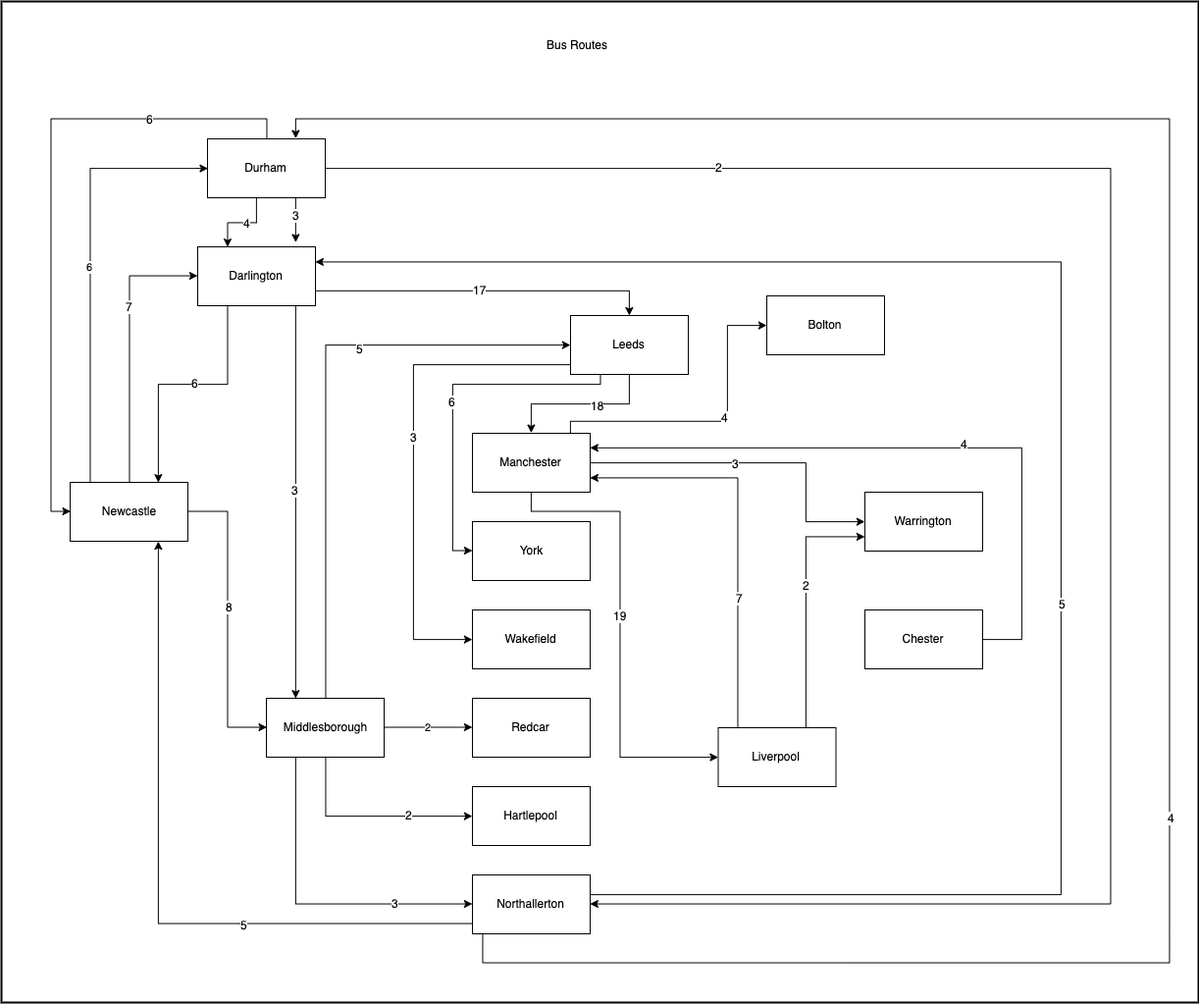
The draw.io diagram images/busRoutes.png in unitier3/busRoutes, before a commit. Source tidied: cells renumbered, new cells last; positions are measured from the earlier drawing's top-left corner, leaving out a move shared by most shapes.
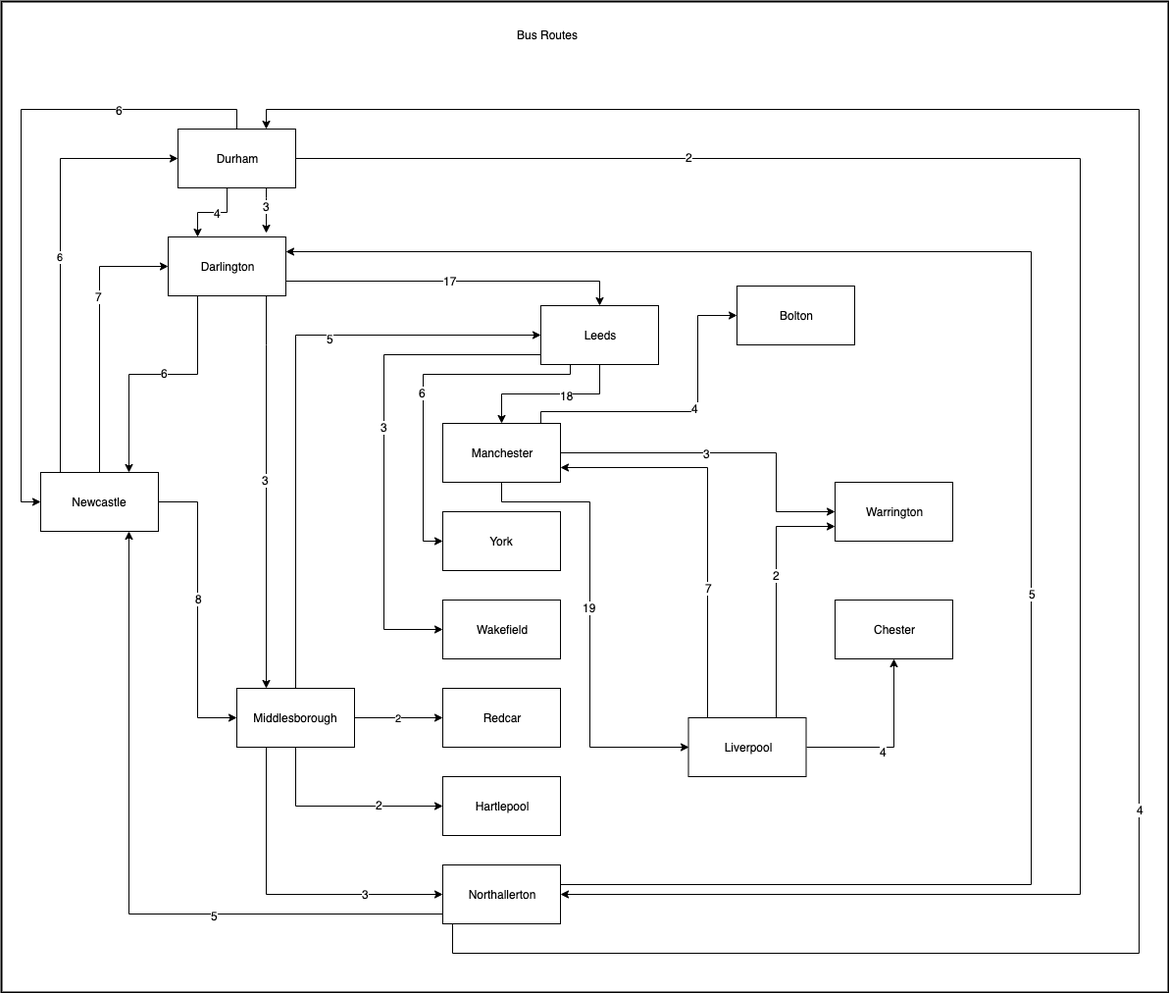
Later version of the same file.

What changed in the source:
```diff
@@ -2,6 +2,9 @@
   <root>
     <mxCell id="0" />
     <mxCell id="1" parent="0" />
+    <mxCell id="69" style="rounded=0;whiteSpace=wrap;html=1;strokeWidth=2;fillColor=none;" parent="1" vertex="1">
+      <mxGeometry x="30" y="10" width="1190" height="1010" as="geometry" />
+    </mxCell>
     <mxCell id="2" style="edgeStyle=orthogonalEdgeStyle;rounded=0;jettySize=auto;html=1;entryX=0;entryY=0.5;entryDx=0;entryDy=0;" parent="1" edge="1" source="7" target="15">
       <mxGeometry relative="1" as="geometry" />
     </mxCell>
@@ -15,9 +18,9 @@
         </Array>
       </mxGeometry>
     </mxCell>
-    <mxCell id="5" value="7" style="text;html=1;align=center;verticalAlign=middle;labelBackgroundColor=#ffffff;" parent="4" vertex="1">
-      <mxGeometry x="0.28" y="1" relative="1" as="geometry" />
-    </mxCell>
+    <mxCell id="70" value="7" style="text;html=1;align=center;verticalAlign=middle;labelBackgroundColor=#ffffff;" parent="4" vertex="1">
+      <mxGeometry x="0.28" y="1" relative="1" as="geometry" />
+    </mxCell>
     <mxCell id="6" value="6" style="edgeStyle=orthogonalEdgeStyle;rounded=0;jettySize=auto;html=1;entryX=0;entryY=0.5;entryDx=0;entryDy=0;" parent="1" edge="1" source="7" target="31">
       <mxGeometry relative="1" as="geometry">
         <Array as="points">
@@ -38,15 +41,15 @@
         </Array>
       </mxGeometry>
     </mxCell>
-    <mxCell id="10" value="2" style="text;html=1;align=center;verticalAlign=middle;labelBackgroundColor=#ffffff;" parent="9" vertex="1">
-      <mxGeometry x="0.38" y="2" relative="1" as="geometry" />
-    </mxCell>
+    <mxCell id="71" value="2" style="text;html=1;align=center;verticalAlign=middle;labelBackgroundColor=#ffffff;" parent="9" vertex="1">
+      <mxGeometry x="0.38" y="2" relative="1" as="geometry" />
+    </mxCell>
     <mxCell id="11" style="edgeStyle=orthogonalEdgeStyle;rounded=0;jettySize=auto;html=1;exitX=0.25;exitY=1;exitDx=0;exitDy=0;entryX=0;entryY=0.5;entryDx=0;entryDy=0;" parent="1" edge="1" source="15" target="40">
       <mxGeometry relative="1" as="geometry" />
     </mxCell>
-    <mxCell id="12" value="3" style="text;html=1;align=center;verticalAlign=middle;labelBackgroundColor=#ffffff;" parent="11" vertex="1">
-      <mxGeometry x="0.52" y="1" relative="1" as="geometry" />
-    </mxCell>
+    <mxCell id="72" value="3" style="text;html=1;align=center;verticalAlign=middle;labelBackgroundColor=#ffffff;" parent="11" vertex="1">
+      <mxGeometry x="0.52" y="1" relative="1" as="geometry" />
+    </mxCell>
     <mxCell id="13" style="edgeStyle=orthogonalEdgeStyle;rounded=0;jettySize=auto;html=1;entryX=0;entryY=0.5;entryDx=0;entryDy=0;" parent="1" edge="1" source="15" target="47">
       <mxGeometry relative="1" as="geometry">
         <Array as="points">
@@ -54,9 +57,9 @@
         </Array>
       </mxGeometry>
     </mxCell>
-    <mxCell id="14" value="5" style="text;html=1;align=center;verticalAlign=middle;labelBackgroundColor=#ffffff;" parent="13" vertex="1">
-      <mxGeometry x="0.3" y="-3" relative="1" as="geometry" />
-    </mxCell>
+    <mxCell id="73" value="5" style="text;html=1;align=center;verticalAlign=middle;labelBackgroundColor=#ffffff;" parent="13" vertex="1">
+      <mxGeometry x="0.3" y="-3" relative="1" as="geometry" />
+    </mxCell>
     <mxCell id="15" value="Middlesborough" style="rounded=0;whiteSpace=wrap;html=1;" parent="1" vertex="1">
       <mxGeometry x="270" y="710" width="120" height="60" as="geometry" />
     </mxCell>
@@ -68,9 +71,9 @@
         </Array>
       </mxGeometry>
     </mxCell>
-    <mxCell id="17" value="6" style="text;html=1;align=center;verticalAlign=middle;labelBackgroundColor=#ffffff;" parent="16" vertex="1">
-      <mxGeometry x="-0.09" y="-2" relative="1" as="geometry" />
-    </mxCell>
+    <mxCell id="74" value="6" style="text;html=1;align=center;verticalAlign=middle;labelBackgroundColor=#ffffff;" parent="16" vertex="1">
+      <mxGeometry x="-0.09" y="-2" relative="1" as="geometry" />
+    </mxCell>
     <mxCell id="18" style="edgeStyle=orthogonalEdgeStyle;rounded=0;jettySize=auto;html=1;entryX=0.25;entryY=0;entryDx=0;entryDy=0;" parent="1" edge="1" source="20" target="15">
       <mxGeometry relative="1" as="geometry">
         <Array as="points">
@@ -79,23 +82,23 @@
         </Array>
       </mxGeometry>
     </mxCell>
-    <mxCell id="19" value="3" style="text;html=1;align=center;verticalAlign=middle;labelBackgroundColor=#ffffff;" parent="18" vertex="1">
-      <mxGeometry x="-0.07" y="-1" relative="1" as="geometry" />
-    </mxCell>
+    <mxCell id="75" value="3" style="text;html=1;align=center;verticalAlign=middle;labelBackgroundColor=#ffffff;" parent="18" vertex="1">
+      <mxGeometry x="-0.07" y="-1" relative="1" as="geometry" />
+    </mxCell>
     <mxCell id="20" value="Darlington" style="rounded=0;whiteSpace=wrap;html=1;" parent="1" vertex="1">
       <mxGeometry x="200" y="250" width="120" height="60" as="geometry" />
     </mxCell>
-    <mxCell id="21" style="edgeStyle=orthogonalEdgeStyle;rounded=0;jettySize=auto;html=1;entryX=0.25;entryY=0;entryDx=0;entryDy=0;" parent="1" edge="1" source="31" target="20">
-      <mxGeometry relative="1" as="geometry">
-        <Array as="points">
-          <mxPoint x="260" y="225" />
-          <mxPoint x="230" y="225" />
-        </Array>
-      </mxGeometry>
-    </mxCell>
-    <mxCell id="22" value="4" style="text;html=1;align=center;verticalAlign=middle;labelBackgroundColor=#ffffff;" parent="21" vertex="1">
-      <mxGeometry x="-0.12" relative="1" as="geometry" />
-    </mxCell>
+    <mxCell id="76" style="edgeStyle=orthogonalEdgeStyle;rounded=0;jettySize=auto;html=1;entryX=0.25;entryY=0;entryDx=0;entryDy=0;" parent="1" edge="1" source="31" target="20">
+      <mxGeometry relative="1" as="geometry">
+        <Array as="points">
+          <mxPoint x="260" y="225" />
+          <mxPoint x="230" y="225" />
+        </Array>
+      </mxGeometry>
+    </mxCell>
+    <mxCell id="77" value="4" style="text;html=1;align=center;verticalAlign=middle;labelBackgroundColor=#ffffff;" parent="76" vertex="1">
+      <mxGeometry x="-0.12" relative="1" as="geometry" />
+    </mxCell>
     <mxCell id="23" style="edgeStyle=orthogonalEdgeStyle;rounded=0;jettySize=auto;html=1;entryX=1;entryY=0.5;entryDx=0;entryDy=0;" parent="1" edge="1" source="31" target="40">
       <mxGeometry relative="1" as="geometry">
         <Array as="points">
@@ -104,9 +107,9 @@
         </Array>
       </mxGeometry>
     </mxCell>
-    <mxCell id="24" value="2" style="text;html=1;align=center;verticalAlign=middle;labelBackgroundColor=#ffffff;" parent="23" vertex="1">
-      <mxGeometry x="-0.61" y="2" relative="1" as="geometry" />
-    </mxCell>
+    <mxCell id="78" value="2" style="text;html=1;align=center;verticalAlign=middle;labelBackgroundColor=#ffffff;" parent="23" vertex="1">
+      <mxGeometry x="-0.61" y="2" relative="1" as="geometry" />
+    </mxCell>
     <mxCell id="25" style="edgeStyle=orthogonalEdgeStyle;rounded=0;jettySize=auto;html=1;exitX=1;exitY=0.75;exitDx=0;exitDy=0;" parent="1" edge="1" source="20" target="47">
       <mxGeometry relative="1" as="geometry">
         <Array as="points">
@@ -117,17 +120,17 @@
     <mxCell id="26" value="17" style="text;html=1;align=center;verticalAlign=middle;labelBackgroundColor=#ffffff;" parent="25" vertex="1">
       <mxGeometry x="-0.03" y="1" relative="1" as="geometry" />
     </mxCell>
-    <mxCell id="27" style="edgeStyle=orthogonalEdgeStyle;rounded=0;jettySize=auto;html=1;entryX=0.833;entryY=-0.067;entryDx=0;entryDy=0;entryPerimeter=0;" parent="1" edge="1" source="31" target="20">
-      <mxGeometry relative="1" as="geometry">
-        <Array as="points">
-          <mxPoint x="300" y="210" />
-          <mxPoint x="300" y="210" />
-        </Array>
-      </mxGeometry>
-    </mxCell>
-    <mxCell id="28" value="3" style="text;html=1;align=center;verticalAlign=middle;labelBackgroundColor=#ffffff;" parent="27" vertex="1">
-      <mxGeometry x="-0.22" relative="1" as="geometry" />
-    </mxCell>
+    <mxCell id="79" style="edgeStyle=orthogonalEdgeStyle;rounded=0;jettySize=auto;html=1;entryX=0.833;entryY=-0.067;entryDx=0;entryDy=0;entryPerimeter=0;" parent="1" edge="1" source="31" target="20">
+      <mxGeometry relative="1" as="geometry">
+        <Array as="points">
+          <mxPoint x="300" y="210" />
+          <mxPoint x="300" y="210" />
+        </Array>
+      </mxGeometry>
+    </mxCell>
+    <mxCell id="80" value="3" style="text;html=1;align=center;verticalAlign=middle;labelBackgroundColor=#ffffff;" parent="79" vertex="1">
+      <mxGeometry x="-0.22" relative="1" as="geometry" />
+    </mxCell>
     <mxCell id="29" style="edgeStyle=orthogonalEdgeStyle;rounded=0;jettySize=auto;html=1;entryX=0;entryY=0.5;entryDx=0;entryDy=0;" parent="1" edge="1" source="31" target="7">
       <mxGeometry relative="1" as="geometry">
         <Array as="points">
@@ -137,11 +140,11 @@
         </Array>
       </mxGeometry>
     </mxCell>
-    <mxCell id="30" value="6" style="text;html=1;align=center;verticalAlign=middle;labelBackgroundColor=#ffffff;" parent="29" vertex="1">
-      <mxGeometry x="-0.56" y="-3" relative="1" as="geometry">
-        <mxPoint x="6" y="3" as="offset" />
-      </mxGeometry>
-    </mxCell>
+    <mxCell id="81" value="6" style="text;html=1;align=center;verticalAlign=middle;labelBackgroundColor=#ffffff;" parent="29" vertex="1">
+      <mxGeometry x="-0.56" y="-3" relative="1" as="geometry">
+        <mxPoint x="6" y="3" as="offset" />
+      </mxGeometry>
+    </mxCell>
     <mxCell id="31" value="Durham" style="rounded=0;whiteSpace=wrap;html=1;" parent="1" vertex="1">
       <mxGeometry x="210" y="140" width="120" height="60" as="geometry" />
     </mxCell>
@@ -158,9 +161,9 @@
         </Array>
       </mxGeometry>
     </mxCell>
-    <mxCell id="35" value="5" style="text;html=1;align=center;verticalAlign=middle;labelBackgroundColor=#ffffff;" parent="34" vertex="1">
-      <mxGeometry x="-0.34" y="1" relative="1" as="geometry" />
-    </mxCell>
+    <mxCell id="82" value="5" style="text;html=1;align=center;verticalAlign=middle;labelBackgroundColor=#ffffff;" parent="34" vertex="1">
+      <mxGeometry x="-0.34" y="1" relative="1" as="geometry" />
+    </mxCell>
     <mxCell id="36" style="edgeStyle=orthogonalEdgeStyle;rounded=0;jettySize=auto;html=1;entryX=0.75;entryY=0;entryDx=0;entryDy=0;" parent="1" edge="1" source="40" target="31">
       <mxGeometry relative="1" as="geometry">
         <Array as="points">
@@ -171,9 +174,9 @@
         </Array>
       </mxGeometry>
     </mxCell>
-    <mxCell id="37" value="4" style="text;html=1;align=center;verticalAlign=middle;labelBackgroundColor=#ffffff;" parent="36" vertex="1">
-      <mxGeometry x="-0.3" y="-1" relative="1" as="geometry" />
-    </mxCell>
+    <mxCell id="83" value="4" style="text;html=1;align=center;verticalAlign=middle;labelBackgroundColor=#ffffff;" parent="36" vertex="1">
+      <mxGeometry x="-0.3" y="-1" relative="1" as="geometry" />
+    </mxCell>
     <mxCell id="38" style="edgeStyle=orthogonalEdgeStyle;rounded=0;jettySize=auto;html=1;entryX=1;entryY=0.25;entryDx=0;entryDy=0;" parent="1" edge="1" source="40" target="20">
       <mxGeometry relative="1" as="geometry">
         <Array as="points">
@@ -182,9 +185,9 @@
         </Array>
       </mxGeometry>
     </mxCell>
-    <mxCell id="39" value="5" style="text;html=1;align=center;verticalAlign=middle;labelBackgroundColor=#ffffff;" parent="38" vertex="1">
-      <mxGeometry x="-0.18" y="-1" relative="1" as="geometry" />
-    </mxCell>
+    <mxCell id="84" value="5" style="text;html=1;align=center;verticalAlign=middle;labelBackgroundColor=#ffffff;" parent="38" vertex="1">
+      <mxGeometry x="-0.18" y="-1" relative="1" as="geometry" />
+    </mxCell>
     <mxCell id="40" value="Northallerton" style="rounded=0;whiteSpace=wrap;html=1;" parent="1" vertex="1">
       <mxGeometry x="480" y="890" width="120" height="60" as="geometry" />
     </mxCell>
@@ -203,9 +206,9 @@
         </Array>
       </mxGeometry>
     </mxCell>
-    <mxCell id="44" value="6" style="text;html=1;align=center;verticalAlign=middle;labelBackgroundColor=#ffffff;" parent="43" vertex="1">
-      <mxGeometry x="0.02" y="-1" relative="1" as="geometry" />
-    </mxCell>
+    <mxCell id="85" value="6" style="text;html=1;align=center;verticalAlign=middle;labelBackgroundColor=#ffffff;" parent="43" vertex="1">
+      <mxGeometry x="0.02" y="-1" relative="1" as="geometry" />
+    </mxCell>
     <mxCell id="45" style="edgeStyle=orthogonalEdgeStyle;rounded=0;jettySize=auto;html=1;entryX=0;entryY=0.5;entryDx=0;entryDy=0;" parent="1" edge="1" source="47" target="56">
       <mxGeometry relative="1" as="geometry">
         <Array as="points">
@@ -214,9 +217,9 @@
         </Array>
       </mxGeometry>
     </mxCell>
-    <mxCell id="46" value="3" style="text;html=1;align=center;verticalAlign=middle;labelBackgroundColor=#ffffff;" parent="45" vertex="1">
-      <mxGeometry x="-0.07" relative="1" as="geometry" />
-    </mxCell>
+    <mxCell id="86" value="3" style="text;html=1;align=center;verticalAlign=middle;labelBackgroundColor=#ffffff;" parent="45" vertex="1">
+      <mxGeometry x="-0.07" relative="1" as="geometry" />
+    </mxCell>
     <mxCell id="47" value="Leeds" style="rounded=0;whiteSpace=wrap;html=1;" parent="1" vertex="1">
       <mxGeometry x="580" y="320" width="120" height="60" as="geometry" />
     </mxCell>
@@ -240,9 +243,9 @@
         </Array>
       </mxGeometry>
     </mxCell>
-    <mxCell id="51" value="3" style="text;html=1;align=center;verticalAlign=middle;labelBackgroundColor=#ffffff;" parent="50" vertex="1">
-      <mxGeometry x="-0.13" relative="1" as="geometry" />
-    </mxCell>
+    <mxCell id="87" value="3" style="text;html=1;align=center;verticalAlign=middle;labelBackgroundColor=#ffffff;" parent="50" vertex="1">
+      <mxGeometry x="-0.13" relative="1" as="geometry" />
+    </mxCell>
     <mxCell id="52" style="edgeStyle=orthogonalEdgeStyle;rounded=0;jettySize=auto;html=1;entryX=0;entryY=0.5;entryDx=0;entryDy=0;" parent="1" edge="1" source="54" target="63">
       <mxGeometry relative="1" as="geometry">
         <Array as="points">
@@ -252,9 +255,9 @@
         </Array>
       </mxGeometry>
     </mxCell>
-    <mxCell id="53" value="4" style="text;html=1;align=center;verticalAlign=middle;labelBackgroundColor=#ffffff;" parent="52" vertex="1">
-      <mxGeometry x="0.09" y="4" relative="1" as="geometry" />
-    </mxCell>
+    <mxCell id="88" value="4" style="text;html=1;align=center;verticalAlign=middle;labelBackgroundColor=#ffffff;" parent="52" vertex="1">
+      <mxGeometry x="0.09" y="4" relative="1" as="geometry" />
+    </mxCell>
     <mxCell id="54" value="Manchester" style="rounded=0;whiteSpace=wrap;html=1;" parent="1" vertex="1">
       <mxGeometry x="480" y="440" width="120" height="60" as="geometry" />
     </mxCell>
@@ -271,9 +274,9 @@
         </Array>
       </mxGeometry>
     </mxCell>
-    <mxCell id="58" value="7" style="text;html=1;align=center;verticalAlign=middle;labelBackgroundColor=#ffffff;" parent="57" vertex="1">
-      <mxGeometry x="-0.34" y="-1" relative="1" as="geometry" />
-    </mxCell>
+    <mxCell id="89" value="7" style="text;html=1;align=center;verticalAlign=middle;labelBackgroundColor=#ffffff;" parent="57" vertex="1">
+      <mxGeometry x="-0.34" y="-1" relative="1" as="geometry" />
+    </mxCell>
     <mxCell id="59" style="edgeStyle=orthogonalEdgeStyle;rounded=0;jettySize=auto;html=1;entryX=0;entryY=0.75;entryDx=0;entryDy=0;" parent="1" edge="1" source="61" target="62">
       <mxGeometry relative="1" as="geometry">
         <Array as="points">
@@ -281,9 +284,9 @@
         </Array>
       </mxGeometry>
     </mxCell>
-    <mxCell id="60" value="2" style="text;html=1;align=center;verticalAlign=middle;labelBackgroundColor=#ffffff;" parent="59" vertex="1">
-      <mxGeometry x="0.14" relative="1" as="geometry" />
-    </mxCell>
+    <mxCell id="90" value="2" style="text;html=1;align=center;verticalAlign=middle;labelBackgroundColor=#ffffff;" parent="59" vertex="1">
+      <mxGeometry x="0.14" relative="1" as="geometry" />
+    </mxCell>
     <mxCell id="61" value="Liverpool" style="rounded=0;whiteSpace=wrap;html=1;" parent="1" vertex="1">
       <mxGeometry x="730.5" y="740" width="120" height="60" as="geometry" />
     </mxCell>
@@ -293,25 +296,21 @@
     <mxCell id="63" value="Bolton" style="rounded=0;whiteSpace=wrap;html=1;" parent="1" vertex="1">
       <mxGeometry x="780" y="300" width="120" height="60" as="geometry" />
     </mxCell>
-    <mxCell id="64" style="edgeStyle=orthogonalEdgeStyle;rounded=0;jettySize=auto;html=1;entryX=1;entryY=0.25;entryDx=0;entryDy=0;" parent="1" edge="1" source="66" target="54">
-      <mxGeometry relative="1" as="geometry">
-        <Array as="points">
-          <mxPoint x="1040" y="650" />
-          <mxPoint x="1040" y="455" />
-        </Array>
-      </mxGeometry>
-    </mxCell>
-    <mxCell id="65" value="4" style="text;html=1;align=center;verticalAlign=middle;labelBackgroundColor=#ffffff;" parent="64" vertex="1">
-      <mxGeometry x="-0.13" y="-4" relative="1" as="geometry" />
-    </mxCell>
+    <mxCell id="91" style="edgeStyle=orthogonalEdgeStyle;rounded=0;jettySize=auto;html=1;entryX=0.5;entryY=1;entryDx=0;entryDy=0;exitX=1;exitY=0.5;exitDx=0;exitDy=0;" parent="1" edge="1" source="61" target="66">
+      <mxGeometry relative="1" as="geometry">
+        <Array as="points">
+          <mxPoint x="940" y="770" />
+        </Array>
+      </mxGeometry>
+    </mxCell>
+    <mxCell id="92" value="4" style="text;html=1;align=center;verticalAlign=middle;labelBackgroundColor=#ffffff;" parent="91" vertex="1">
+      <mxGeometry x="-0.13" y="-4" relative="1" as="geometry" />
+    </mxCell>
     <mxCell id="66" value="Chester" style="rounded=0;whiteSpace=wrap;html=1;" parent="1" vertex="1">
       <mxGeometry x="880" y="620" width="120" height="60" as="geometry" />
     </mxCell>
     <mxCell id="67" value="Bus Routes&lt;br&gt;" style="text;html=1;align=left;verticalAlign=top;spacingTop=-4;strokeWidth=2;" parent="1" vertex="1">
       <mxGeometry x="554" y="35" width="80" height="20" as="geometry" />
     </mxCell>
-    <mxCell id="68" style="rounded=0;whiteSpace=wrap;html=1;strokeWidth=2;fillColor=none;" parent="1" vertex="1">
-      <mxGeometry width="1220" height="1020" as="geometry" />
-    </mxCell>
   </root>
 </mxGraphModel>
```
